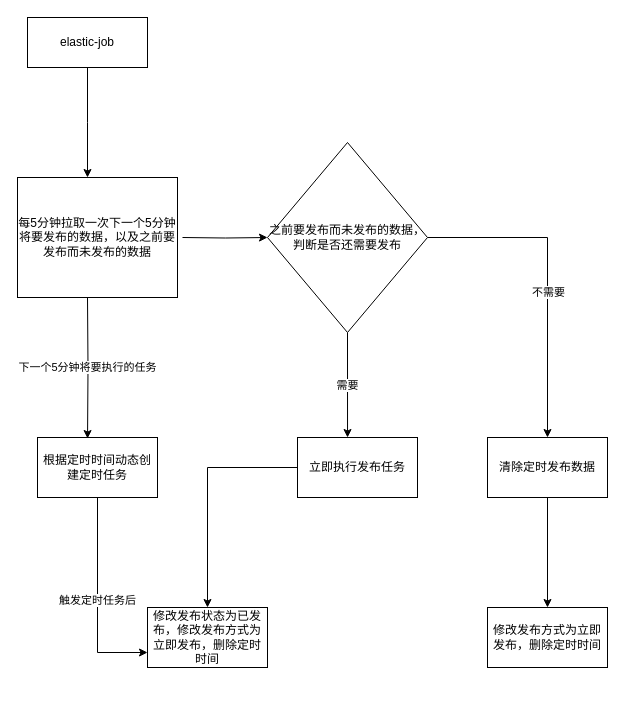
Above: 页面发布.drawio in 1363797161/fang (draw.io), before the change. Source tidied: cells renumbered, new cells numbered last; positions are measured from the earlier drawing's top-left corner, leaving out a move shared by most shapes. Both pictures are drawn from the tidied source at 100%, with x=0, y=0 at pixel (17, 17).
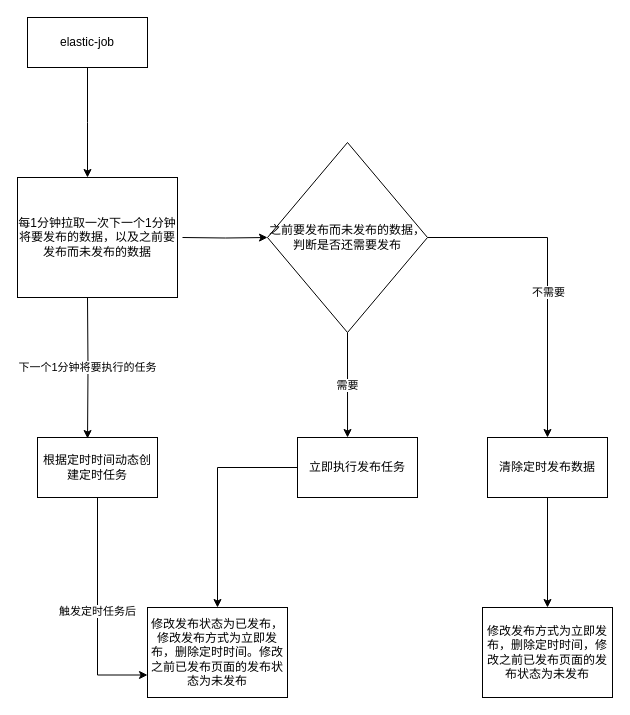
After the change.

Commit message:
更新页面发布.drawio

The change refers to these unchanged cells:
```xml
<mxCell id="5" value="根据定时时间动态创建定时任务" style="rounded=0;whiteSpace=wrap;html=1;" parent="1" vertex="1">
  <mxGeometry x="20" y="420" width="120" height="60" as="geometry" />
</mxCell>
```

The edit, as a diff of the source:
```diff
@@
-    <mxCell id="8" value="下一个5分钟将要执行的任务" style="edgeStyle=orthogonalEdgeStyle;rounded=0;jettySize=auto;html=1;exitX=0.5;exitY=1;exitDx=0;exitDy=0;entryX=0.417;entryY=0.017;entryDx=0;entryDy=0;entryPerimeter=0;" parent="1" edge="1" target="5">
+    <mxCell id="8" value="下一个1分钟将要执行的任务" style="edgeStyle=orthogonalEdgeStyle;rounded=0;jettySize=auto;html=1;exitX=0.5;exitY=1;exitDx=0;exitDy=0;entryX=0.417;entryY=0.017;entryDx=0;entryDy=0;entryPerimeter=0;" parent="1" edge="1" target="5">
       <mxGeometry relative="1" as="geometry">
         <mxPoint x="70" y="280" as="sourcePoint" />
       </mxGeometry>
     </mxCell>
@@
-    <mxCell id="16" value="每5分钟拉取一次下一个5分钟将要发布的数据，以及之前要发布而未发布的数据" style="rounded=0;whiteSpace=wrap;html=1;" parent="1" vertex="1">
+    <mxCell id="16" value="每1分钟拉取一次下一个1分钟将要发布的数据，以及之前要发布而未发布的数据" style="rounded=0;whiteSpace=wrap;html=1;" parent="1" vertex="1">
       <mxGeometry y="160" width="160" height="120" as="geometry" />
     </mxCell>
-    <mxCell id="17" value="修改发布状态为已发布，修改发布方式为立即发布，删除定时时间" style="rounded=0;whiteSpace=wrap;html=1;" parent="1" vertex="1">
-      <mxGeometry x="130" y="590" width="120" height="60" as="geometry" />
+    <mxCell id="17" value="修改发布状态为已发布，修改发布方式为立即发布，删除定时时间。修改之前已发布页面的发布状态为未发布" style="rounded=0;whiteSpace=wrap;html=1;" parent="1" vertex="1">
+      <mxGeometry x="130" y="590" width="140" height="90" as="geometry" />
     </mxCell>
-    <mxCell id="18" value="修改发布方式为立即发布，删除定时时间" style="rounded=0;whiteSpace=wrap;html=1;" parent="1" vertex="1">
-      <mxGeometry x="470" y="590" width="120" height="60" as="geometry" />
+    <mxCell id="18" value="修改发布方式为立即发布，删除定时时间，修改之前已发布页面的发布状态为未发布" style="rounded=0;whiteSpace=wrap;html=1;" parent="1" vertex="1">
+      <mxGeometry x="465" y="590" width="130" height="90" as="geometry" />
     </mxCell>
```
